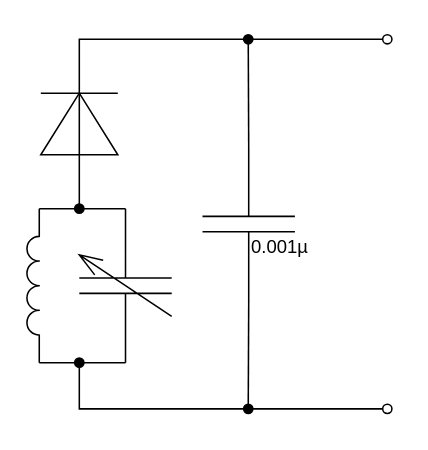
This is page "radio" (1 of 2) of python/fig.drawio from m20079/AM-radio, a draw.io file, before an edit. Source tidied: cells renumbered, new cells numbered last; positions are measured from the earlier drawing's top-left corner, leaving out a move shared by most shapes. Both pictures are drawn from the tidied source at 154%, with x=0, y=0 at pixel (-45, 38).
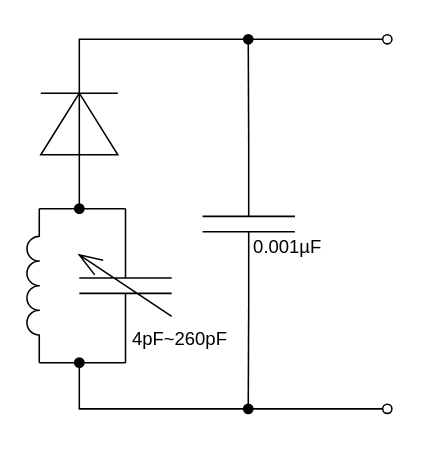
The same diagram, later.

Change to the diagram source:
```diff
@@
-    <mxCell id="13" value="0.001µ" style="text;html=1;align=center;verticalAlign=middle;strokeColor=none;fillColor=none;" parent="1" vertex="1">
-      <mxGeometry x="180" y="120" width="60" height="30" as="geometry" />
+    <mxCell id="13" value="0.001µF" style="text;html=1;align=center;verticalAlign=middle;strokeColor=none;fillColor=none;" parent="1" vertex="1">
+      <mxGeometry x="180" y="120" width="70" height="30" as="geometry" />
     </mxCell>
+    <mxCell id="14" value="4pF~260pF" style="text;html=1;align=center;verticalAlign=middle;strokeColor=none;fillColor=none;" parent="1" vertex="1">
+      <mxGeometry x="100" y="180" width="90" height="30" as="geometry" />
+    </mxCell>
```
